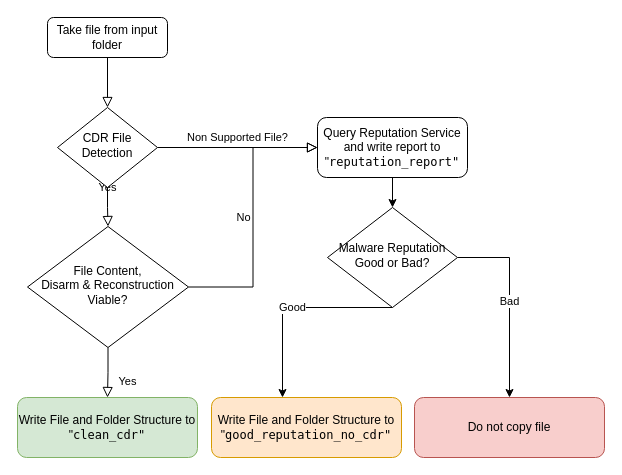
This is images/Flowchart.drawio from gw-engineering/community-gw-cdr-and-reputation-check, a draw.io file, before an edit. Source tidied: cells renumbered, new cells numbered last; positions are measured from the earlier drawing's top-left corner, leaving out a move shared by most shapes. Both pictures are drawn from the tidied source at 100%, with x=0, y=0 at pixel (17, 17).
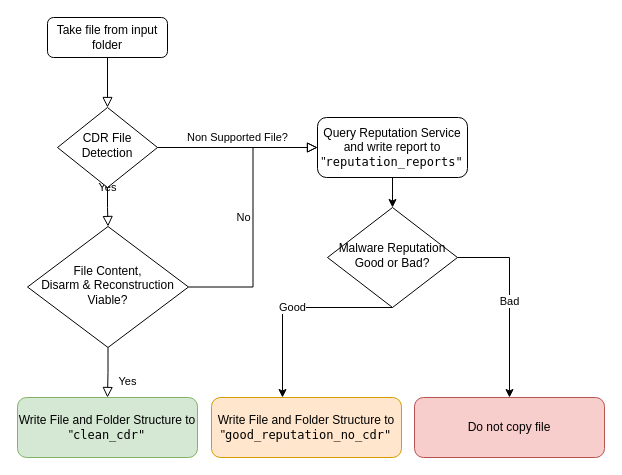
After the change.

What changed in the source:
```diff
@@
 <mxGraphModel>
   <root>
     <mxCell id="0" />
     <mxCell id="1" parent="0" />
     <mxCell id="2" style="rounded=0;html=1;jettySize=auto;fontSize=11;endArrow=block;endFill=0;endSize=8;strokeWidth=1;shadow=0;labelBackgroundColor=none;edgeStyle=orthogonalEdgeStyle;" parent="1" edge="1" source="3" target="6">
       <mxGeometry relative="1" as="geometry" />
     </mxCell>
     <mxCell id="3" value="Take file from input folder" style="rounded=1;whiteSpace=wrap;html=1;fontSize=12;glass=0;strokeWidth=1;shadow=0;" parent="1" vertex="1">
       <mxGeometry x="30" width="120" height="40" as="geometry" />
     </mxCell>
     <mxCell id="4" value="Yes" style="rounded=0;html=1;jettySize=auto;fontSize=11;endArrow=block;endFill=0;endSize=8;strokeWidth=1;shadow=0;labelBackgroundColor=none;edgeStyle=orthogonalEdgeStyle;" parent="1" edge="1" source="6" target="9">
       <mxGeometry y="20" relative="1" as="geometry" />
     </mxCell>
     <mxCell id="5" value="Non Supported File?" style="edgeStyle=orthogonalEdgeStyle;rounded=0;html=1;jettySize=auto;fontSize=11;endArrow=block;endFill=0;endSize=8;strokeWidth=1;shadow=0;labelBackgroundColor=none;entryX=0;entryY=0.5;entryDx=0;entryDy=0;" parent="1" edge="1" source="6" target="13">
       <mxGeometry y="10" relative="1" as="geometry" />
     </mxCell>
     <mxCell id="6" value="CDR File Detection" style="rhombus;whiteSpace=wrap;html=1;shadow=0;fontFamily=Helvetica;fontSize=12;align=center;strokeWidth=1;spacing=6;spacingTop=-4;" parent="1" vertex="1">
       <mxGeometry x="40" y="90" width="100" height="80" as="geometry" />
     </mxCell>
     <mxCell id="7" value="Yes" style="rounded=0;html=1;jettySize=auto;fontSize=11;endArrow=block;endFill=0;endSize=8;strokeWidth=1;shadow=0;labelBackgroundColor=none;edgeStyle=orthogonalEdgeStyle;" parent="1" edge="1" source="9" target="10">
       <mxGeometry x="0.33" y="20" relative="1" as="geometry" />
     </mxCell>
     <mxCell id="8" value="No&lt;br&gt;" style="edgeStyle=orthogonalEdgeStyle;rounded=0;html=1;jettySize=auto;fontSize=11;endArrow=block;endFill=0;endSize=8;strokeWidth=1;shadow=0;labelBackgroundColor=none;entryX=0;entryY=0.5;entryDx=0;entryDy=0;" parent="1" edge="1" source="9" target="13">
       <mxGeometry y="10" relative="1" as="geometry" />
     </mxCell>
     <mxCell id="9" value="File Content, &lt;br&gt;Disarm &amp;amp; Reconstruction Viable?" style="rhombus;whiteSpace=wrap;html=1;shadow=0;fontFamily=Helvetica;fontSize=12;align=center;strokeWidth=1;spacing=6;spacingTop=-4;" parent="1" vertex="1">
       <mxGeometry x="10" y="209" width="161" height="121" as="geometry" />
     </mxCell>
     <mxCell id="10" value="Write File and Folder Structure to &quot;&lt;span style=&quot;font-family: Menlo, Monaco, &amp;quot;Courier New&amp;quot;, monospace; text-align: start;&quot;&gt;clean_cdr&quot;&lt;/span&gt;" style="rounded=1;whiteSpace=wrap;html=1;fontSize=12;glass=0;strokeWidth=1;shadow=0;labelBackgroundColor=none;fillColor=#d5e8d4;strokeColor=#82b366;" parent="1" vertex="1">
       <mxGeometry y="380" width="180" height="60" as="geometry" />
     </mxCell>
     <mxCell id="11" value="Write File and Folder Structure to &quot;&lt;span style=&quot;font-family: Menlo, Monaco, &amp;quot;Courier New&amp;quot;, monospace; text-align: start;&quot;&gt;good_reputation_no_cdr&lt;/span&gt;&lt;span style=&quot;font-family: Menlo, Monaco, &amp;quot;Courier New&amp;quot;, monospace; text-align: start;&quot;&gt;&quot;&lt;/span&gt;" style="rounded=1;whiteSpace=wrap;html=1;fontSize=12;glass=0;strokeWidth=1;shadow=0;labelBackgroundColor=none;fillColor=#ffe6cc;strokeColor=#d79b00;" parent="1" vertex="1">
       <mxGeometry x="194" y="380" width="190" height="60" as="geometry" />
     </mxCell>
     <mxCell id="12" style="edgeStyle=orthogonalEdgeStyle;rounded=0;jettySize=auto;html=1;exitX=0.5;exitY=1;exitDx=0;exitDy=0;fontColor=#000000;" parent="1" edge="1" source="13" target="16">
       <mxGeometry relative="1" as="geometry" />
     </mxCell>
-    <mxCell id="13" value="Query Reputation Service and write report to &quot;&lt;span style=&quot;font-family: Menlo, Monaco, &amp;quot;Courier New&amp;quot;, monospace; text-align: start;&quot;&gt;reputation_report&quot;&lt;br&gt;&lt;/span&gt;" style="rounded=1;whiteSpace=wrap;html=1;fontSize=12;glass=0;strokeWidth=1;shadow=0;fontColor=#000000;labelBackgroundColor=default;strokeColor=#000000;" parent="1" vertex="1">
+    <mxCell id="13" value="Query Reputation Service and write report to &quot;&lt;span style=&quot;font-family: Menlo, Monaco, &amp;quot;Courier New&amp;quot;, monospace; text-align: start;&quot;&gt;reputation_reports&quot;&lt;br&gt;&lt;/span&gt;" style="rounded=1;whiteSpace=wrap;html=1;fontSize=12;glass=0;strokeWidth=1;shadow=0;fontColor=#000000;labelBackgroundColor=default;strokeColor=#000000;" parent="1" vertex="1">
       <mxGeometry x="300" y="100" width="150" height="60" as="geometry" />
     </mxCell>
     <mxCell id="14" value="Good" style="edgeStyle=orthogonalEdgeStyle;rounded=0;jettySize=auto;html=1;exitX=0.5;exitY=1;exitDx=0;exitDy=0;fontColor=#000000;" parent="1" edge="1" source="16" target="11">
       <mxGeometry relative="1" as="geometry">
         <Array as="points">
           <mxPoint x="265" y="290" />
         </Array>
       </mxGeometry>
     </mxCell>
     <mxCell id="15" value="Bad" style="edgeStyle=orthogonalEdgeStyle;rounded=0;jettySize=auto;html=1;exitX=1;exitY=0.5;exitDx=0;exitDy=0;fontColor=#000000;" parent="1" edge="1" source="16" target="17">
       <mxGeometry relative="1" as="geometry" />
     </mxCell>
     <mxCell id="16" value="Malware Reputation Good or Bad?" style="rhombus;whiteSpace=wrap;html=1;shadow=0;fontFamily=Helvetica;fontSize=12;align=center;strokeWidth=1;spacing=6;spacingTop=-4;" parent="1" vertex="1">
       <mxGeometry x="310" y="190" width="130" height="100" as="geometry" />
     </mxCell>
     <mxCell id="17" value="Do not copy file" style="rounded=1;whiteSpace=wrap;html=1;fontSize=12;glass=0;strokeWidth=1;shadow=0;labelBackgroundColor=none;fillColor=#f8cecc;strokeColor=#b85450;" parent="1" vertex="1">
       <mxGeometry x="397" y="380" width="190" height="60" as="geometry" />
     </mxCell>
   </root>
 </mxGraphModel>
```
